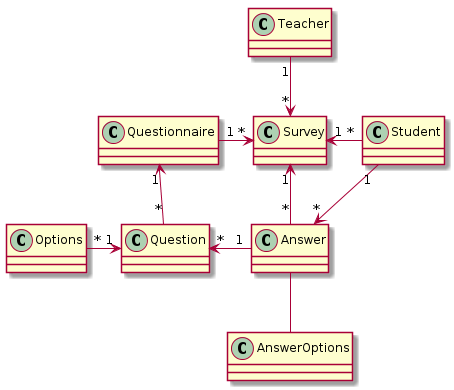
The PlantUML diagram docs/images/erd.png in 1920-3ahitm-itp/02-project-repositories-studentfeedback, before a commit.
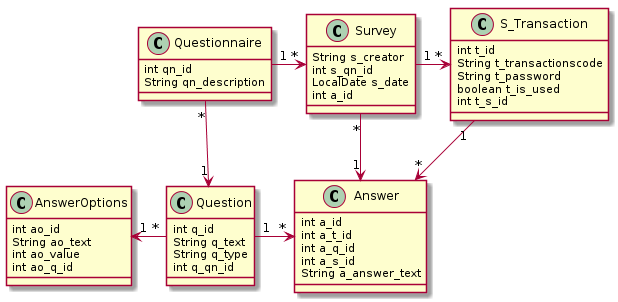
The same diagram one commit later.

Diff of the diagram source:
```diff
@@ -1,26 +1,54 @@
 @startuml
-class Questionnaire
-class Student
-class Question
-class Teacher
-class Answer
-class AnswerOptions
-class Options
-class Student
-class Survey
 
+class Answer{
+    int a_id
+    int a_t_id
+    int a_q_id
+    int a_s_id
+    String a_answer_text
+}
 
+class AnswerOptions{
+    int ao_id
+    String ao_text
+    int ao_value
+    int ao_q_id
+}
 
-Options "*" -right-> "1" Question
-Question "*" -up-> "1" Questionnaire
-Answer "1" -left-> "*" Question
+class Question{
+    int q_id
+    String q_text
+    String q_type
+    int q_qn_id
+}
+
+class Questionnaire{
+     int qn_id
+     String qn_description
+}
+
+class S_Transaction{
+     int t_id
+     String t_transactionscode
+     String t_password
+     boolean t_is_used
+     int t_s_id
+}
+
+class Survey{
+     String s_creator
+     int s_qn_id
+     LocalDate s_date
+     int a_id
+}
+
 Questionnaire "1" -right-> " *" Survey
-Teacher "1" -down-> " *" Survey
-AnswerOptions -up- Answer
-Student "*" -left-> "1" Survey
-Student "1" -right-> "*" Answer
-Answer "*" -up-> "1" Survey
-
+Survey "*" -down-> "1" Answer
+Questionnaire "*" -down-> "1" Question
+Question "1" -right-> "*" Answer
+Question "*" -left-> "1" AnswerOptions
+Survey "1" -right-> "*" S_Transaction
+S_Transaction "1" --> "*" Answer
 
 
 @enduml
```
